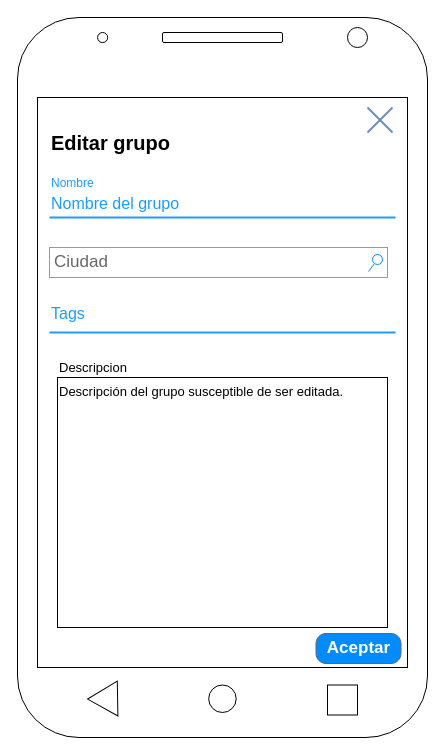
Before: P2/sketch/PantallaModificarGrupo.drawio in PepeNavarro7/DIU20, a draw.io diagram. Source tidied: cells renumbered, new cells numbered last; positions are measured from the earlier drawing's top-left corner, leaving out a move shared by most shapes. Both pictures are drawn from the tidied source at 100%, with x=0, y=0 at pixel (17, 17).
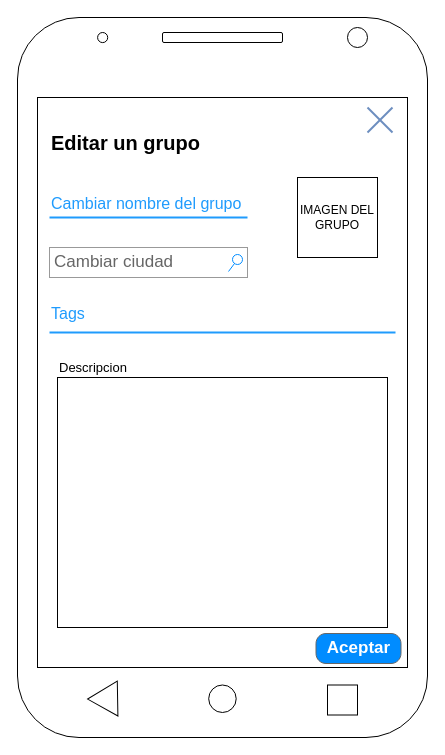
After the change.

Diff of the diagram source:
```diff
@@
-    <mxCell id="11" value="Nombre" style="text;fontColor=#1F9BFD;fontSize=12;verticalAlign=middle;strokeColor=none;fillColor=none;" parent="1" vertex="1">
-      <mxGeometry x="32" y="150" width="346" height="30" as="geometry" />
-    </mxCell>
-    <mxCell id="12" value="Nombre del grupo" style="text;fontColor=#1F9BFD;fontSize=16;verticalAlign=middle;strokeColor=none;fillColor=none;" parent="1" vertex="1">
+    <mxCell id="12" value="Cambiar nombre del grupo" style="text;fontColor=#1F9BFD;fontSize=16;verticalAlign=middle;strokeColor=none;fillColor=none;" parent="1" vertex="1">
       <mxGeometry x="32" y="170" width="346" height="30" as="geometry" />
     </mxCell>
     <mxCell id="13" style="dashed=0;shape=line;strokeWidth=2;noLabel=1;strokeColor=#1F9BFD;" parent="1" vertex="1">
-      <mxGeometry x="32" y="195" width="346" height="10" as="geometry" />
+      <mxGeometry x="32" y="195" width="198" height="10" as="geometry" />
     </mxCell>
@@
-    <mxCell id="16" value="Descripción del grupo susceptible de ser editada." style="rounded=0;whiteSpace=wrap;html=1;strokeColor=#000000;align=left;verticalAlign=top;fontSize=13;" parent="1" vertex="1">
+    <mxCell id="16" style="rounded=0;whiteSpace=wrap;html=1;strokeColor=#000000;" parent="1" vertex="1">
       <mxGeometry x="40" y="360" width="330" height="250" as="geometry" />
     </mxCell>
@@
-    <mxCell id="18" value="Editar grupo" style="text;html=1;strokeColor=none;fillColor=none;align=left;verticalAlign=middle;whiteSpace=wrap;rounded=0;fontSize=20;fontStyle=1;fontColor=#000000;" parent="1" vertex="1">
+    <mxCell id="18" value="Editar un grupo" style="text;html=1;strokeColor=none;fillColor=none;align=left;verticalAlign=middle;whiteSpace=wrap;rounded=0;fontSize=20;fontStyle=1;fontColor=#000000;" parent="1" vertex="1">
       <mxGeometry x="32" y="115" width="224.9" height="20" as="geometry" />
     </mxCell>
@@
-    <mxCell id="21" value="Ciudad" style="strokeWidth=1;shadow=0;dashed=0;align=center;html=1;shape=mxgraph.mockup.forms.searchBox;strokeColor=#999999;mainText=;strokeColor2=#008cff;fontColor=#666666;fontSize=17;align=left;spacingLeft=3;" parent="1" vertex="1">
-      <mxGeometry x="32" y="230" width="338" height="30" as="geometry" />
+    <mxCell id="21" value="Cambiar ciudad" style="strokeWidth=1;shadow=0;dashed=0;align=center;html=1;shape=mxgraph.mockup.forms.searchBox;strokeColor=#999999;mainText=;strokeColor2=#008cff;fontColor=#666666;fontSize=17;align=left;spacingLeft=3;" parent="1" vertex="1">
+      <mxGeometry x="32" y="230" width="198" height="30" as="geometry" />
     </mxCell>
+    <mxCell id="22" value="IMAGEN DEL GRUPO" style="whiteSpace=wrap;html=1;" parent="1" vertex="1">
+      <mxGeometry x="280" y="160" width="80" height="80" as="geometry" />
+    </mxCell>
```
